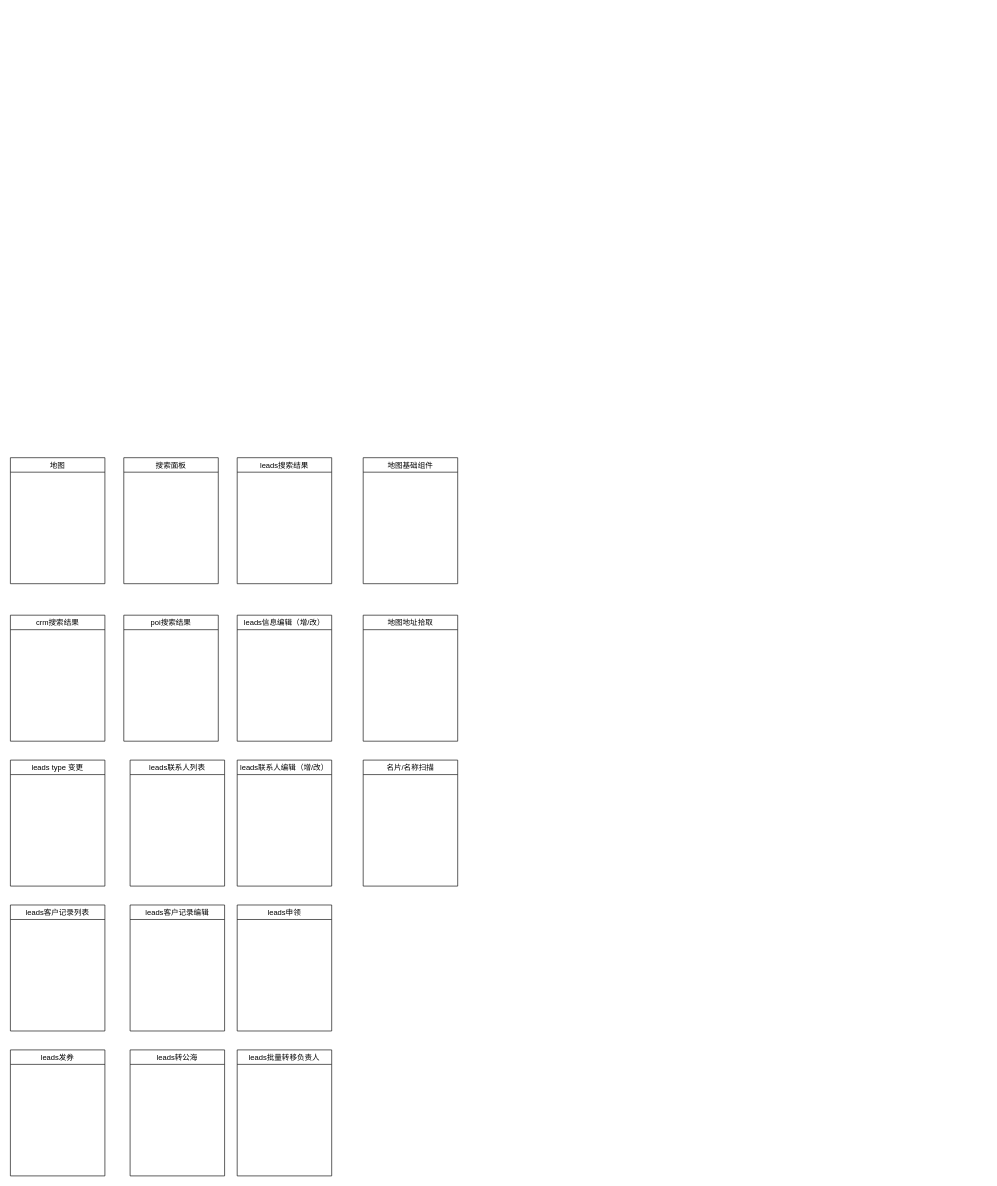
Before: Untitled Diagram.drawio in linker-junhao/diagram_drawio, a draw.io diagram. Source tidied: cells renumbered, new cells numbered last; positions are measured from the earlier drawing's top-left corner, leaving out a move shared by most shapes. Both pictures are drawn from the tidied source at 63%, with x=0, y=0 at pixel (10, 457).
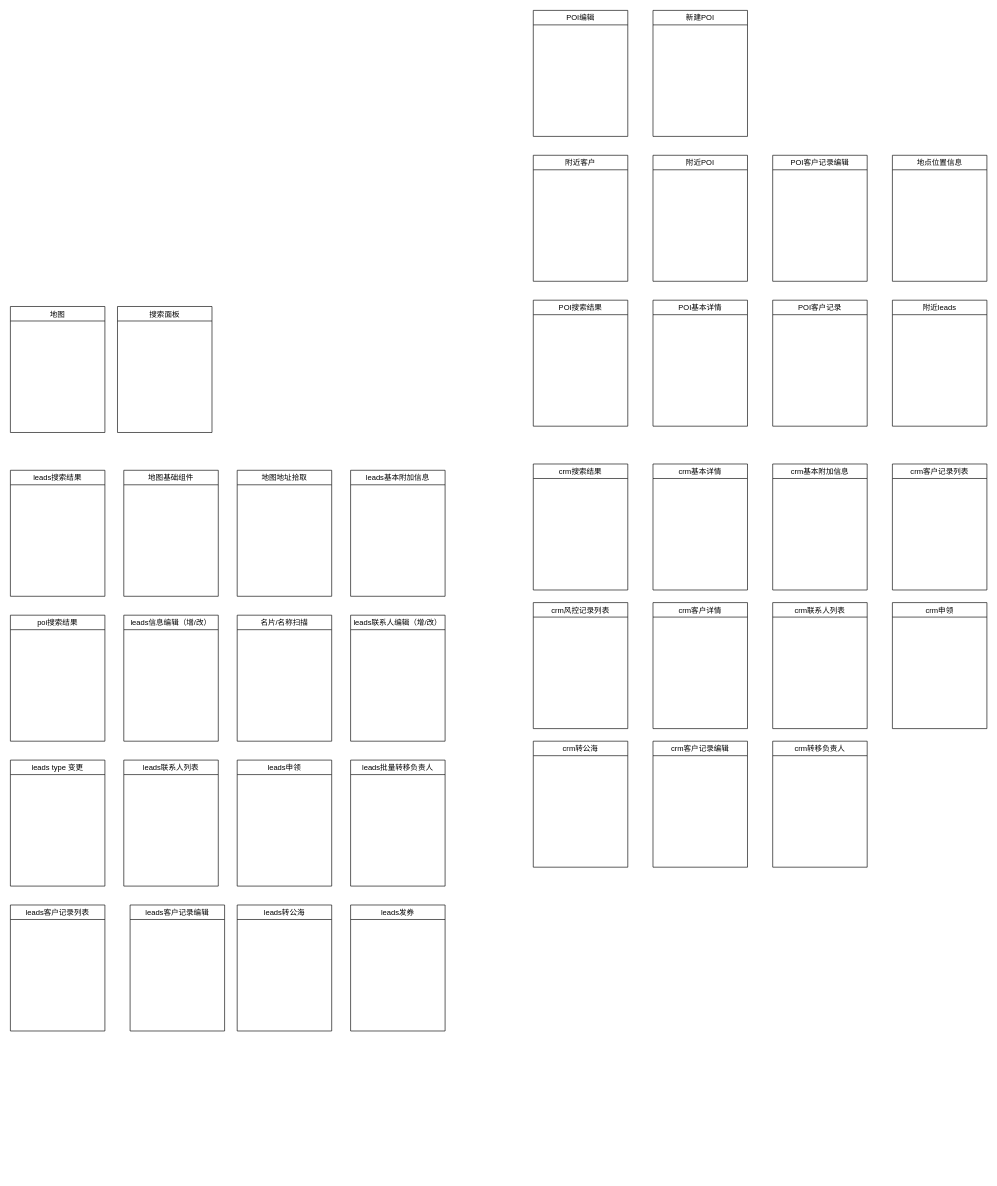
The same diagram, later.

Diff of the diagram source:
```diff
@@
     <mxCell id="2" value="地图" style="swimlane;fontStyle=0;" parent="1" vertex="1">
-      <mxGeometry width="150" height="200" as="geometry" />
+      <mxGeometry y="-240" width="150" height="200" as="geometry" />
     </mxCell>
     <mxCell id="3" value="leads搜索结果" style="swimlane;fontStyle=0;" parent="1" vertex="1">
-      <mxGeometry x="360" width="150" height="200" as="geometry" />
+      <mxGeometry y="20" width="150" height="200" as="geometry" />
     </mxCell>
     <mxCell id="4" value="搜索面板" style="swimlane;fontStyle=0;" parent="1" vertex="1">
-      <mxGeometry x="180" width="150" height="200" as="geometry" />
+      <mxGeometry x="170" y="-240" width="150" height="200" as="geometry" />
     </mxCell>
-    <mxCell id="5" value="crm搜索结果" style="swimlane;fontStyle=0;" parent="1" vertex="1">
-      <mxGeometry y="250" width="150" height="200" as="geometry" />
-    </mxCell>
     <mxCell id="6" value="poi搜索结果" style="swimlane;fontStyle=0;" parent="1" vertex="1">
-      <mxGeometry x="180" y="250" width="150" height="200" as="geometry" />
+      <mxGeometry y="250" width="150" height="200" as="geometry" />
     </mxCell>
     <mxCell id="7" value="leads信息编辑（增/改）" style="swimlane;fontStyle=0;" parent="1" vertex="1">
-      <mxGeometry x="360" y="250" width="150" height="200" as="geometry" />
+      <mxGeometry x="180" y="250" width="150" height="200" as="geometry" />
     </mxCell>
@@
     <mxCell id="9" value="leads联系人列表" style="swimlane;fontStyle=0;" parent="1" vertex="1">
-      <mxGeometry x="190" y="480" width="150" height="200" as="geometry" />
+      <mxGeometry x="180" y="480" width="150" height="200" as="geometry" />
     </mxCell>
     <mxCell id="10" value="leads联系人编辑（增/改）" style="swimlane;fontStyle=0;" parent="1" vertex="1">
-      <mxGeometry x="360" y="480" width="150" height="200" as="geometry" />
+      <mxGeometry x="540" y="250" width="150" height="200" as="geometry" />
     </mxCell>
@@
     <mxCell id="13" value="leads申领" style="swimlane;fontStyle=0;" parent="1" vertex="1">
-      <mxGeometry x="360" y="710" width="150" height="200" as="geometry" />
+      <mxGeometry x="360" y="480" width="150" height="200" as="geometry" />
     </mxCell>
     <mxCell id="14" value="leads发券" style="swimlane;fontStyle=0;" parent="1" vertex="1">
-      <mxGeometry y="940" width="150" height="200" as="geometry" />
+      <mxGeometry x="540" y="710" width="150" height="200" as="geometry" />
     </mxCell>
     <mxCell id="15" value="leads转公海" style="swimlane;fontStyle=0;" parent="1" vertex="1">
-      <mxGeometry x="190" y="940" width="150" height="200" as="geometry" />
+      <mxGeometry x="360" y="710" width="150" height="200" as="geometry" />
     </mxCell>
     <mxCell id="16" value="leads批量转移负责人" style="swimlane;fontStyle=0;" parent="1" vertex="1">
-      <mxGeometry x="360" y="940" width="150" height="200" as="geometry" />
+      <mxGeometry x="540" y="480" width="150" height="200" as="geometry" />
     </mxCell>
     <mxCell id="17" value="地图基础组件" style="swimlane;fontStyle=0;" parent="1" vertex="1">
-      <mxGeometry x="560" width="150" height="200" as="geometry" />
+      <mxGeometry x="180" y="20" width="150" height="200" as="geometry" />
     </mxCell>
     <mxCell id="18" value="地图地址拾取" style="swimlane;fontStyle=0;" parent="1" vertex="1">
-      <mxGeometry x="560" y="250" width="150" height="200" as="geometry" />
+      <mxGeometry x="360" y="20" width="150" height="200" as="geometry" />
     </mxCell>
     <mxCell id="19" value="名片/名称扫描" style="swimlane;fontStyle=0;" parent="1" vertex="1">
-      <mxGeometry x="560" y="480" width="150" height="200" as="geometry" />
+      <mxGeometry x="360" y="250" width="150" height="200" as="geometry" />
     </mxCell>
+    <mxCell id="5" value="crm搜索结果" style="swimlane;fontStyle=0;" parent="1" vertex="1">
+      <mxGeometry x="830" y="10" width="150" height="200" as="geometry" />
+    </mxCell>
+    <mxCell id="20" value="crm基本详情" style="swimlane;fontStyle=0;" parent="1" vertex="1">
+      <mxGeometry x="1020" y="10" width="150" height="200" as="geometry" />
+    </mxCell>
+    <mxCell id="21" value="leads基本附加信息" style="swimlane;fontStyle=0;" parent="1" vertex="1">
+      <mxGeometry x="540" y="20" width="150" height="200" as="geometry" />
+    </mxCell>
+    <mxCell id="22" value="crm基本附加信息" style="swimlane;fontStyle=0;" parent="1" vertex="1">
+      <mxGeometry x="1210" y="10" width="150" height="200" as="geometry" />
+    </mxCell>
+    <mxCell id="23" value="crm客户记录列表" style="swimlane;fontStyle=0;" parent="1" vertex="1">
+      <mxGeometry x="1400" y="10" width="150" height="200" as="geometry" />
+    </mxCell>
+    <mxCell id="24" value="crm风控记录列表" style="swimlane;fontStyle=0;" parent="1" vertex="1">
+      <mxGeometry x="830" y="230" width="150" height="200" as="geometry" />
+    </mxCell>
+    <mxCell id="25" value="crm客户详情" style="swimlane;fontStyle=0;" parent="1" vertex="1">
+      <mxGeometry x="1020" y="230" width="150" height="200" as="geometry" />
+    </mxCell>
+    <mxCell id="26" value="crm联系人列表" style="swimlane;fontStyle=0;" parent="1" vertex="1">
+      <mxGeometry x="1210" y="230" width="150" height="200" as="geometry" />
+    </mxCell>
+    <mxCell id="27" value="crm申领" style="swimlane;fontStyle=0;" parent="1" vertex="1">
+      <mxGeometry x="1400" y="230" width="150" height="200" as="geometry" />
+    </mxCell>
+    <mxCell id="28" value="crm转公海" style="swimlane;fontStyle=0;" parent="1" vertex="1">
+      <mxGeometry x="830" y="450" width="150" height="200" as="geometry" />
+    </mxCell>
+    <mxCell id="29" value="crm客户记录编辑" style="swimlane;fontStyle=0;" parent="1" vertex="1">
+      <mxGeometry x="1020" y="450" width="150" height="200" as="geometry" />
+    </mxCell>
+    <mxCell id="30" value="crm转移负责人" style="swimlane;fontStyle=0;" parent="1" vertex="1">
+      <mxGeometry x="1210" y="450" width="150" height="200" as="geometry" />
+    </mxCell>
+    <mxCell id="31" value="POI搜索结果" style="swimlane;fontStyle=0;" parent="1" vertex="1">
+      <mxGeometry x="830" y="-250" width="150" height="200" as="geometry" />
+    </mxCell>
+    <mxCell id="32" value="POI基本详情" style="swimlane;fontStyle=0;" parent="1" vertex="1">
+      <mxGeometry x="1020" y="-250" width="150" height="200" as="geometry" />
+    </mxCell>
+    <mxCell id="33" value="POI客户记录" style="swimlane;fontStyle=0;" parent="1" vertex="1">
+      <mxGeometry x="1210" y="-250" width="150" height="200" as="geometry" />
+    </mxCell>
+    <mxCell id="34" value="附近leads" style="swimlane;fontStyle=0;" parent="1" vertex="1">
+      <mxGeometry x="1400" y="-250" width="150" height="200" as="geometry" />
+    </mxCell>
+    <mxCell id="35" value="附近客户" style="swimlane;fontStyle=0;" parent="1" vertex="1">
+      <mxGeometry x="830" y="-480" width="150" height="200" as="geometry" />
+    </mxCell>
+    <mxCell id="36" value="附近POI" style="swimlane;fontStyle=0;" parent="1" vertex="1">
+      <mxGeometry x="1020" y="-480" width="150" height="200" as="geometry" />
+    </mxCell>
+    <mxCell id="37" value="POI客户记录编辑" style="swimlane;fontStyle=0;" parent="1" vertex="1">
+      <mxGeometry x="1210" y="-480" width="150" height="200" as="geometry" />
+    </mxCell>
+    <mxCell id="38" value="地点位置信息" style="swimlane;fontStyle=0;" parent="1" vertex="1">
+      <mxGeometry x="1400" y="-480" width="150" height="200" as="geometry" />
+    </mxCell>
+    <mxCell id="39" value="POI编辑" style="swimlane;fontStyle=0;" parent="1" vertex="1">
+      <mxGeometry x="830" y="-710" width="150" height="200" as="geometry" />
+    </mxCell>
+    <mxCell id="40" value="新建POI" style="swimlane;fontStyle=0;" parent="1" vertex="1">
+      <mxGeometry x="1020" y="-710" width="150" height="200" as="geometry" />
+    </mxCell>
```
